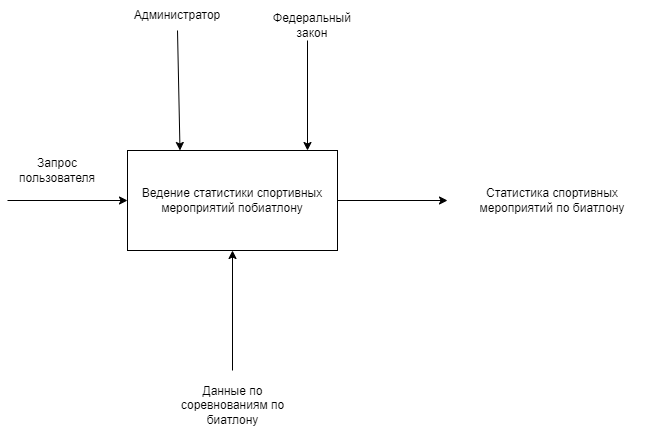
The draw.io diagram docs/UML/IDEF0.png in Artrtrt/BiathlonStatistics, before a commit. Source tidied: cells renumbered, new cells last; positions are measured from the earlier drawing's top-left corner, leaving out a move shared by most shapes.
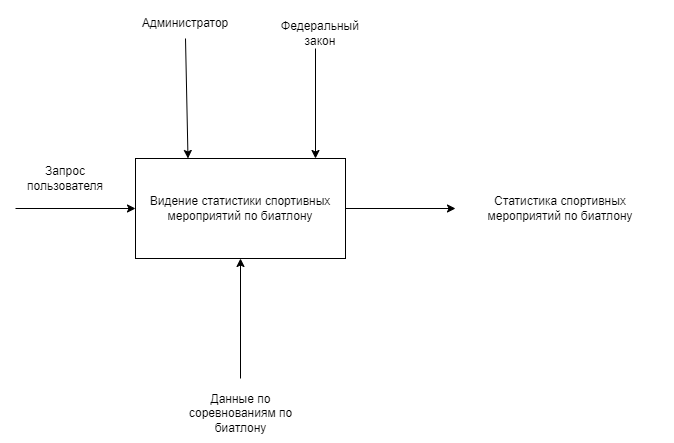
Above is the later version.

What changed in the source:
```diff
@@ -5,7 +5,7 @@
     <mxCell id="2" style="edgeStyle=orthogonalEdgeStyle;rounded=0;jettySize=auto;html=1;" parent="1" edge="1" source="3" target="4">
       <mxGeometry relative="1" as="geometry" />
     </mxCell>
-    <mxCell id="3" value="Ведение статистики спортивных мероприятий побиатлону" style="rounded=0;whiteSpace=wrap;html=1;" parent="1" vertex="1">
+    <mxCell id="3" value="Видение статистики спортивных мероприятий по биатлону" style="rounded=0;whiteSpace=wrap;html=1;" parent="1" vertex="1">
       <mxGeometry x="120" y="150" width="210" height="100" as="geometry" />
     </mxCell>
     <mxCell id="4" value="Статистика спортивных мероприятий по биатлону" style="text;html=1;strokeColor=none;fillColor=none;align=center;verticalAlign=middle;whiteSpace=wrap;rounded=0;" parent="1" vertex="1">
```
